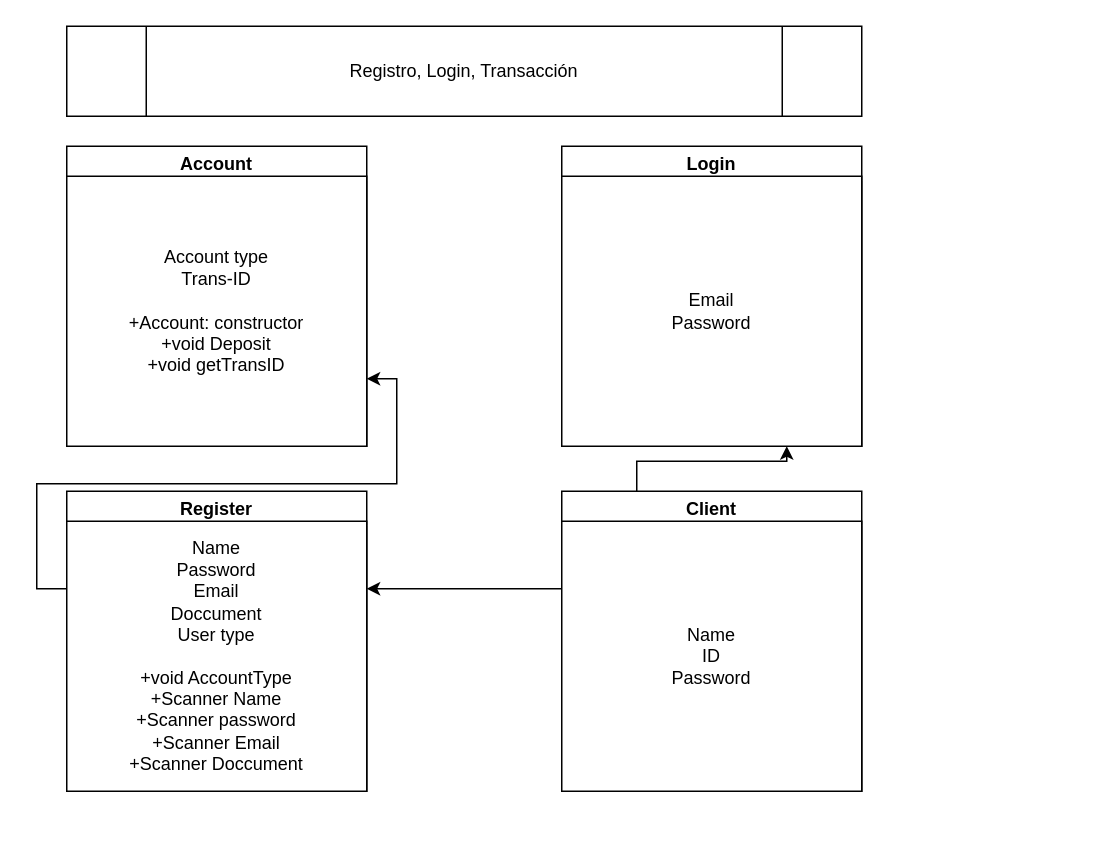
Before: Untitled Diagram.drawio in Dagurasu5/BankSOLID, a draw.io diagram. Source tidied: cells renumbered, new cells numbered last; positions are measured from the earlier drawing's top-left corner, leaving out a move shared by most shapes. Both pictures are drawn from the tidied source at 150%, with x=0, y=0 at pixel (66, 26).
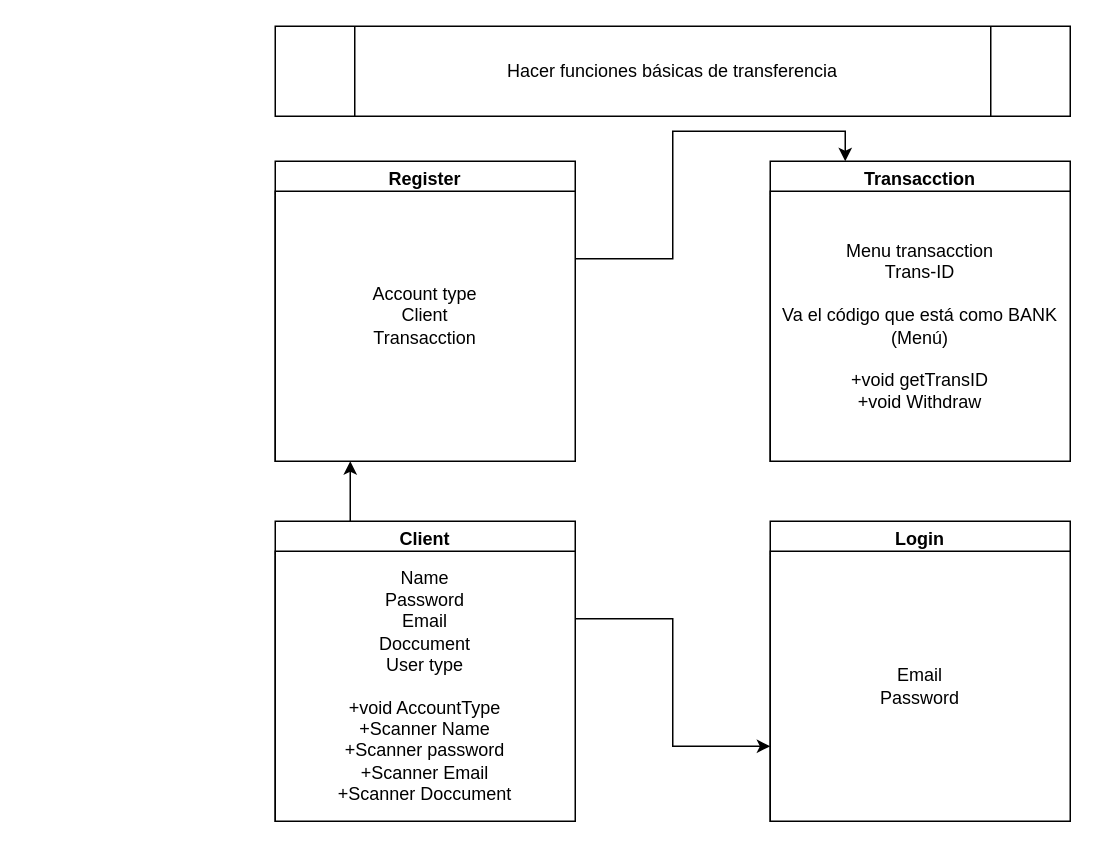
Above is the later version.

What changed in the source:
```diff
@@
 <mxGraphModel>
   <root>
     <mxCell id="0" />
     <mxCell id="1" parent="0" />
-    <mxCell id="2" style="edgeStyle=orthogonalEdgeStyle;rounded=0;jettySize=auto;html=1;exitX=0.25;exitY=0;exitDx=0;exitDy=0;entryX=0.75;entryY=1;entryDx=0;entryDy=0;" parent="1" edge="1" source="3" target="8">
-      <mxGeometry relative="1" as="geometry" />
-    </mxCell>
-    <mxCell id="3" value="Client" style="swimlane;" parent="1" vertex="1">
-      <mxGeometry x="330" y="310" width="200" height="200" as="geometry" />
-    </mxCell>
-    <mxCell id="4" value="Name&lt;br&gt;ID&lt;br&gt;Password" style="whiteSpace=wrap;html=1;" parent="3" vertex="1">
-      <mxGeometry y="20" width="200" height="180" as="geometry" />
-    </mxCell>
+    <mxCell id="14" style="edgeStyle=orthogonalEdgeStyle;rounded=0;jettySize=auto;html=1;exitX=0.25;exitY=0;exitDx=0;exitDy=0;entryX=0.25;entryY=1;entryDx=0;entryDy=0;" parent="1" edge="1" source="5" target="10">
+      <mxGeometry relative="1" as="geometry" />
+    </mxCell>
-    <mxCell id="5" value="Register" style="swimlane;" parent="1" vertex="1">
-      <mxGeometry y="310" width="200" height="200" as="geometry" />
+    <mxCell id="5" value="Client" style="swimlane;" parent="1" vertex="1">
+      <mxGeometry x="139" y="330" width="200" height="200" as="geometry" />
     </mxCell>
     <mxCell id="6" value="Name&lt;br&gt;Password&lt;br&gt;Email&lt;br&gt;Doccument&lt;br&gt;User type&lt;br&gt;&lt;br&gt;+void AccountType&lt;br&gt;+Scanner Name&lt;br&gt;+Scanner password&lt;br&gt;+Scanner Email&lt;br&gt;+Scanner Doccument" style="whiteSpace=wrap;html=1;" parent="5" vertex="1">
       <mxGeometry y="20" width="200" height="180" as="geometry" />
     </mxCell>
     <mxCell id="7" value="Login" style="swimlane;" parent="1" vertex="1">
-      <mxGeometry x="330" y="80" width="200" height="200" as="geometry" />
+      <mxGeometry x="469" y="330" width="200" height="200" as="geometry" />
     </mxCell>
     <mxCell id="8" value="Email&lt;br&gt;Password" style="whiteSpace=wrap;html=1;" parent="7" vertex="1">
       <mxGeometry y="20" width="200" height="180" as="geometry" />
     </mxCell>
-    <mxCell id="9" value="Account" style="swimlane;" parent="1" vertex="1">
-      <mxGeometry y="80" width="200" height="200" as="geometry" />
+    <mxCell id="9" value="Register" style="swimlane;" parent="1" vertex="1">
+      <mxGeometry x="139" y="90" width="200" height="200" as="geometry" />
     </mxCell>
-    <mxCell id="10" value="Account type&lt;br&gt;Trans-ID&lt;br&gt;&lt;br&gt;+Account: constructor&lt;br&gt;+void Deposit&lt;br&gt;+void getTransID" style="whiteSpace=wrap;html=1;" parent="9" vertex="1">
+    <mxCell id="10" value="Account type&lt;br&gt;Client&lt;br&gt;Transacction&lt;br&gt;&lt;br&gt;" style="whiteSpace=wrap;html=1;" parent="9" vertex="1">
       <mxGeometry y="20" width="200" height="180" as="geometry" />
     </mxCell>
-    <mxCell id="11" style="edgeStyle=orthogonalEdgeStyle;rounded=0;jettySize=auto;html=1;exitX=0;exitY=0.25;exitDx=0;exitDy=0;entryX=1;entryY=0.75;entryDx=0;entryDy=0;" parent="1" edge="1" source="6" target="10">
-      <mxGeometry relative="1" as="geometry" />
-    </mxCell>
-    <mxCell id="12" style="edgeStyle=orthogonalEdgeStyle;rounded=0;jettySize=auto;html=1;exitX=0;exitY=0.25;exitDx=0;exitDy=0;entryX=1;entryY=0.25;entryDx=0;entryDy=0;" parent="1" edge="1" source="4" target="6">
-      <mxGeometry relative="1" as="geometry" />
-    </mxCell>
-    <mxCell id="13" value="Registro, Login, Transacción" style="shape=process;whiteSpace=wrap;html=1;backgroundOutline=1;" parent="1" vertex="1">
-      <mxGeometry width="530" height="60" as="geometry" />
+    <mxCell id="13" value="Hacer funciones básicas de transferencia" style="shape=process;whiteSpace=wrap;html=1;backgroundOutline=1;" parent="1" vertex="1">
+      <mxGeometry x="139" width="530" height="60" as="geometry" />
     </mxCell>
+    <mxCell id="15" value="Transacction" style="swimlane;" parent="1" vertex="1">
+      <mxGeometry x="469" y="90" width="200" height="200" as="geometry" />
+    </mxCell>
+    <mxCell id="16" value="Menu transacction&lt;br&gt;Trans-ID&lt;br&gt;&lt;br&gt;Va el código que está como BANK (Menú)&lt;br&gt;&lt;br&gt;+void getTransID&lt;br&gt;+void Withdraw" style="whiteSpace=wrap;html=1;" parent="15" vertex="1">
+      <mxGeometry y="20" width="200" height="180" as="geometry" />
+    </mxCell>
+    <mxCell id="17" style="edgeStyle=orthogonalEdgeStyle;rounded=0;jettySize=auto;html=1;exitX=1;exitY=0.25;exitDx=0;exitDy=0;entryX=0.25;entryY=0;entryDx=0;entryDy=0;" parent="1" edge="1" source="10" target="15">
+      <mxGeometry relative="1" as="geometry" />
+    </mxCell>
+    <mxCell id="18" style="edgeStyle=orthogonalEdgeStyle;rounded=0;jettySize=auto;html=1;exitX=1;exitY=0.25;exitDx=0;exitDy=0;entryX=0;entryY=0.75;entryDx=0;entryDy=0;" parent="1" edge="1" source="6" target="7">
+      <mxGeometry relative="1" as="geometry" />
+    </mxCell>
   </root>
 </mxGraphModel>
```
